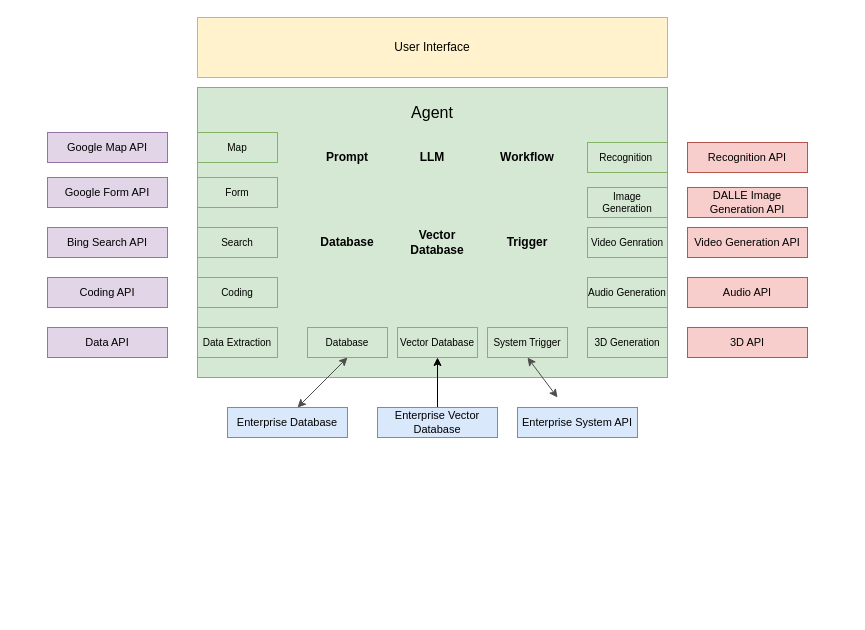
Above: What is AI Agent .drawio in jiaying425/AI-Product-Management- (draw.io), before the change. Source tidied: cells renumbered, new cells numbered last; positions are measured from the earlier drawing's top-left corner, leaving out a move shared by most shapes. Both pictures are drawn from the tidied source at 100%, with x=0, y=0 at pixel (47, 17).
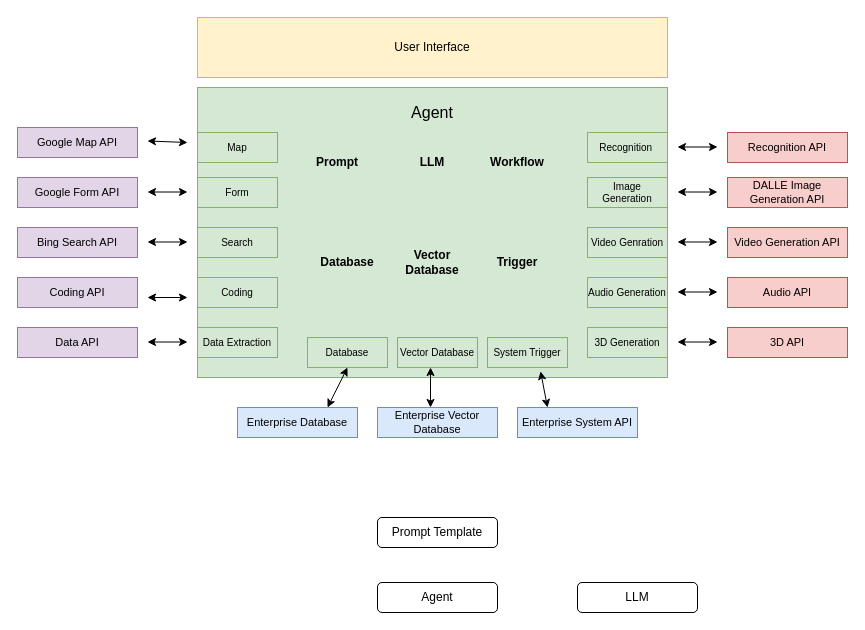
Above is the later version.

Commit message:
What are AI Agents .drawio

Unchanged cells that the change refers to:
```xml
<mxCell id="2" style="rounded=0;whiteSpace=wrap;html=1;fillColor=#d5e8d4;strokeColor=#82b366;fontSize=12;" parent="1" vertex="1">
  <mxGeometry x="150" y="70" width="470" height="290" as="geometry" />
</mxCell>
<mxCell id="35" value="Enterprise Vector Database" style="rounded=0;whiteSpace=wrap;html=1;fontSize=11;fillColor=#dae8fc;strokeColor=#6c8ebf;" parent="1" vertex="1">
  <mxGeometry x="330" y="390" width="120" height="30" as="geometry" />
</mxCell>
<mxCell id="36" value="Enterprise System API" style="rounded=0;whiteSpace=wrap;html=1;fontSize=11;fillColor=#dae8fc;strokeColor=#6c8ebf;" parent="1" vertex="1">
  <mxGeometry x="470" y="390" width="120" height="30" as="geometry" />
</mxCell>
```

The edit, as a diff of the source:
```diff
@@
     <mxCell id="5" value="Prompt" style="text;html=1;align=center;verticalAlign=middle;whiteSpace=wrap;rounded=0;fontSize=12;fontStyle=1;" parent="1" vertex="1">
-      <mxGeometry x="270" y="125" width="60" height="30" as="geometry" />
+      <mxGeometry x="260" y="130" width="60" height="30" as="geometry" />
     </mxCell>
     <mxCell id="6" value="LLM" style="text;html=1;align=center;verticalAlign=middle;whiteSpace=wrap;rounded=0;fontSize=12;fontStyle=1;" parent="1" vertex="1">
-      <mxGeometry x="355" y="125" width="60" height="30" as="geometry" />
+      <mxGeometry x="355" y="130" width="60" height="30" as="geometry" />
     </mxCell>
     <mxCell id="7" value="Workflow" style="text;html=1;align=center;verticalAlign=middle;whiteSpace=wrap;rounded=0;fontSize=12;fontStyle=1;" parent="1" vertex="1">
-      <mxGeometry x="450" y="125" width="60" height="30" as="geometry" />
+      <mxGeometry x="440" y="130" width="60" height="30" as="geometry" />
     </mxCell>
     <mxCell id="8" value="Database" style="text;html=1;align=center;verticalAlign=middle;whiteSpace=wrap;rounded=0;fontSize=12;fontStyle=1;" parent="1" vertex="1">
-      <mxGeometry x="270" y="210" width="60" height="30" as="geometry" />
+      <mxGeometry x="270" y="230" width="60" height="30" as="geometry" />
     </mxCell>
     <mxCell id="9" value="Vector Database" style="text;html=1;align=center;verticalAlign=middle;whiteSpace=wrap;rounded=0;fontSize=12;fontStyle=1;" parent="1" vertex="1">
-      <mxGeometry x="360" y="210" width="60" height="30" as="geometry" />
+      <mxGeometry x="355" y="230" width="60" height="30" as="geometry" />
     </mxCell>
     <mxCell id="10" value="Trigger" style="text;html=1;align=center;verticalAlign=middle;whiteSpace=wrap;rounded=0;fontSize=12;fontStyle=1;" parent="1" vertex="1">
-      <mxGeometry x="450" y="210" width="60" height="30" as="geometry" />
+      <mxGeometry x="440" y="230" width="60" height="30" as="geometry" />
     </mxCell>
     <mxCell id="11" value="Google Map API" style="rounded=0;whiteSpace=wrap;html=1;fontSize=11;fillColor=#e1d5e7;strokeColor=#9673a6;" parent="1" vertex="1">
-      <mxGeometry y="115" width="120" height="30" as="geometry" />
+      <mxGeometry x="-30" y="110" width="120" height="30" as="geometry" />
     </mxCell>
     <mxCell id="12" value="Google Form API" style="rounded=0;whiteSpace=wrap;html=1;fontSize=11;fillColor=#e1d5e7;strokeColor=#9673a6;" parent="1" vertex="1">
-      <mxGeometry y="160" width="120" height="30" as="geometry" />
+      <mxGeometry x="-30" y="160" width="120" height="30" as="geometry" />
     </mxCell>
     <mxCell id="13" value="Bing Search API" style="rounded=0;whiteSpace=wrap;html=1;fontSize=11;fillColor=#e1d5e7;strokeColor=#9673a6;" parent="1" vertex="1">
-      <mxGeometry y="210" width="120" height="30" as="geometry" />
+      <mxGeometry x="-30" y="210" width="120" height="30" as="geometry" />
     </mxCell>
@@
     <mxCell id="18" value="Coding API" style="rounded=0;whiteSpace=wrap;html=1;fontSize=11;fillColor=#e1d5e7;strokeColor=#9673a6;" parent="1" vertex="1">
-      <mxGeometry y="260" width="120" height="30" as="geometry" />
+      <mxGeometry x="-30" y="260" width="120" height="30" as="geometry" />
     </mxCell>
@@
     <mxCell id="20" value="Data API" style="rounded=0;whiteSpace=wrap;html=1;fontSize=11;fillColor=#e1d5e7;strokeColor=#9673a6;" parent="1" vertex="1">
-      <mxGeometry y="310" width="120" height="30" as="geometry" />
+      <mxGeometry x="-30" y="310" width="120" height="30" as="geometry" />
     </mxCell>
     <mxCell id="21" value="Image Generation" style="rounded=0;whiteSpace=wrap;html=1;fontSize=10;fillColor=#d5e8d4;strokeColor=#82b366;" parent="1" vertex="1">
-      <mxGeometry x="540" y="170" width="80" height="30" as="geometry" />
+      <mxGeometry x="540" y="160" width="80" height="30" as="geometry" />
     </mxCell>
     <mxCell id="22" value="&lt;span&gt;&lt;span&gt;Recognition&amp;nbsp;&lt;/span&gt;&lt;/span&gt;" style="rounded=0;whiteSpace=wrap;html=1;fontSize=10;fillColor=#d5e8d4;strokeColor=#82b366;" parent="1" vertex="1">
-      <mxGeometry x="540" y="125" width="80" height="30" as="geometry" />
+      <mxGeometry x="540" y="115" width="80" height="30" as="geometry" />
     </mxCell>
     <mxCell id="23" value="Recognition API" style="rounded=0;whiteSpace=wrap;html=1;fontSize=11;fillColor=#f8cecc;strokeColor=#b85450;" parent="1" vertex="1">
-      <mxGeometry x="640" y="125" width="120" height="30" as="geometry" />
+      <mxGeometry x="680" y="115" width="120" height="30" as="geometry" />
     </mxCell>
     <mxCell id="24" value="DALLE Image Generation API" style="rounded=0;whiteSpace=wrap;html=1;fontSize=11;fillColor=#f8cecc;strokeColor=#b85450;" parent="1" vertex="1">
-      <mxGeometry x="640" y="170" width="120" height="30" as="geometry" />
+      <mxGeometry x="680" y="160" width="120" height="30" as="geometry" />
     </mxCell>
     <mxCell id="25" value="Audio API" style="rounded=0;whiteSpace=wrap;html=1;fontSize=11;fillColor=#f8cecc;strokeColor=#b85450;" parent="1" vertex="1">
-      <mxGeometry x="640" y="260" width="120" height="30" as="geometry" />
+      <mxGeometry x="680" y="260" width="120" height="30" as="geometry" />
     </mxCell>
     <mxCell id="26" value="Video Generation API" style="rounded=0;whiteSpace=wrap;html=1;fontSize=11;fillColor=#f8cecc;strokeColor=#b85450;" parent="1" vertex="1">
-      <mxGeometry x="640" y="210" width="120" height="30" as="geometry" />
+      <mxGeometry x="680" y="210" width="120" height="30" as="geometry" />
     </mxCell>
@@
     <mxCell id="30" value="3D API" style="rounded=0;whiteSpace=wrap;html=1;fontSize=11;fillColor=#f8cecc;strokeColor=#b85450;" parent="1" vertex="1">
-      <mxGeometry x="640" y="310" width="120" height="30" as="geometry" />
+      <mxGeometry x="680" y="310" width="120" height="30" as="geometry" />
     </mxCell>
     <mxCell id="31" value="Database" style="rounded=0;whiteSpace=wrap;html=1;fontSize=10;fillColor=#d5e8d4;strokeColor=#82b366;" parent="1" vertex="1">
-      <mxGeometry x="260" y="310" width="80" height="30" as="geometry" />
+      <mxGeometry x="260" y="320" width="80" height="30" as="geometry" />
     </mxCell>
     <mxCell id="32" value="Vector Database" style="rounded=0;whiteSpace=wrap;html=1;fontSize=10;fillColor=#d5e8d4;strokeColor=#82b366;" parent="1" vertex="1">
-      <mxGeometry x="350" y="310" width="80" height="30" as="geometry" />
+      <mxGeometry x="350" y="320" width="80" height="30" as="geometry" />
     </mxCell>
     <mxCell id="33" value="System Trigger" style="rounded=0;whiteSpace=wrap;html=1;fontSize=10;fillColor=#d5e8d4;strokeColor=#82b366;" parent="1" vertex="1">
-      <mxGeometry x="440" y="310" width="80" height="30" as="geometry" />
+      <mxGeometry x="440" y="320" width="80" height="30" as="geometry" />
     </mxCell>
-    <mxCell id="34" style="edgeStyle=orthogonalEdgeStyle;rounded=0;jettySize=auto;html=1;exitX=0.5;exitY=0;exitDx=0;exitDy=0;entryX=0.5;entryY=1;entryDx=0;entryDy=0;" parent="1" edge="1" source="35" target="32">
-      <mxGeometry relative="1" as="geometry" />
-    </mxCell>
@@
     <mxCell id="37" value="Enterprise Database" style="rounded=0;whiteSpace=wrap;html=1;fontSize=11;fillColor=#dae8fc;strokeColor=#6c8ebf;" parent="1" vertex="1">
-      <mxGeometry x="180" y="390" width="120" height="30" as="geometry" />
+      <mxGeometry x="190" y="390" width="120" height="30" as="geometry" />
     </mxCell>
-    <mxCell id="38" style="endArrow=classic;startArrow=classic;html=1;rounded=0;strokeColor=light-dark(#4D4D4D,#6A6A6A);" parent="1" edge="1">
-      <mxGeometry relative="1" as="geometry">
-        <mxPoint x="250" y="390" as="sourcePoint" />
-        <mxPoint x="300" y="340" as="targetPoint" />
-      </mxGeometry>
-    </mxCell>
-    <mxCell id="39" style="endArrow=classic;startArrow=classic;html=1;rounded=0;strokeColor=light-dark(#4D4D4D,#6A6A6A);" parent="1" edge="1">
-      <mxGeometry relative="1" as="geometry">
-        <mxPoint x="510" y="380" as="sourcePoint" />
-        <mxPoint x="480" y="340" as="targetPoint" />
-      </mxGeometry>
-    </mxCell>
+    <mxCell id="40" style="endArrow=classic;startArrow=classic;html=1;rounded=0;" parent="1" edge="1">
+      <mxGeometry relative="1" as="geometry">
+        <mxPoint x="100" y="224.5" as="sourcePoint" />
+        <mxPoint x="140" y="224.5" as="targetPoint" />
+      </mxGeometry>
+    </mxCell>
+    <mxCell id="41" style="endArrow=classic;startArrow=classic;html=1;rounded=0;" parent="1" edge="1">
+      <mxGeometry relative="1" as="geometry">
+        <mxPoint x="630" y="174.5" as="sourcePoint" />
+        <mxPoint x="670" y="174.5" as="targetPoint" />
+      </mxGeometry>
+    </mxCell>
+    <mxCell id="42" style="edgeStyle=orthogonalEdgeStyle;rounded=0;orthogonalLoop=1;jettySize=auto;html=1;exitX=0.5;exitY=1;exitDx=0;exitDy=0;" parent="1" edge="1" source="26" target="26">
+      <mxGeometry relative="1" as="geometry" />
+    </mxCell>
+    <mxCell id="43" style="endArrow=classic;startArrow=classic;html=1;rounded=0;" parent="1" edge="1">
+      <mxGeometry relative="1" as="geometry">
+        <mxPoint x="630" y="324.5" as="sourcePoint" />
+        <mxPoint x="670" y="324.5" as="targetPoint" />
+      </mxGeometry>
+    </mxCell>
+    <mxCell id="44" style="endArrow=classic;startArrow=classic;html=1;rounded=0;" parent="1" edge="1">
+      <mxGeometry relative="1" as="geometry">
+        <mxPoint x="630" y="224.5" as="sourcePoint" />
+        <mxPoint x="670" y="224.5" as="targetPoint" />
+      </mxGeometry>
+    </mxCell>
+    <mxCell id="45" style="endArrow=classic;startArrow=classic;html=1;rounded=0;" parent="1" edge="1">
+      <mxGeometry relative="1" as="geometry">
+        <mxPoint x="630" y="274.5" as="sourcePoint" />
+        <mxPoint x="670" y="274.5" as="targetPoint" />
+      </mxGeometry>
+    </mxCell>
+    <mxCell id="46" style="endArrow=classic;startArrow=classic;html=1;rounded=0;exitX=0.75;exitY=0;exitDx=0;exitDy=0;entryX=0.5;entryY=1;entryDx=0;entryDy=0;" parent="1" edge="1" source="37" target="31">
+      <mxGeometry relative="1" as="geometry" />
+    </mxCell>
+    <mxCell id="47" style="endArrow=classic;startArrow=classic;html=1;rounded=0;" parent="1" edge="1">
+      <mxGeometry relative="1" as="geometry">
+        <mxPoint x="630" y="129.5" as="sourcePoint" />
+        <mxPoint x="670" y="129.5" as="targetPoint" />
+      </mxGeometry>
+    </mxCell>
+    <mxCell id="48" style="endArrow=classic;startArrow=classic;html=1;rounded=0;" parent="1" edge="1">
+      <mxGeometry relative="1" as="geometry">
+        <mxPoint x="100" y="280" as="sourcePoint" />
+        <mxPoint x="140" y="280" as="targetPoint" />
+      </mxGeometry>
+    </mxCell>
+    <mxCell id="49" style="endArrow=classic;startArrow=classic;html=1;rounded=0;" parent="1" edge="1">
+      <mxGeometry relative="1" as="geometry">
+        <mxPoint x="100" y="123.5" as="sourcePoint" />
+        <mxPoint x="140" y="125" as="targetPoint" />
+      </mxGeometry>
+    </mxCell>
+    <mxCell id="50" style="endArrow=classic;startArrow=classic;html=1;rounded=0;" parent="1" edge="1">
+      <mxGeometry relative="1" as="geometry">
+        <mxPoint x="100" y="174.5" as="sourcePoint" />
+        <mxPoint x="140" y="174.5" as="targetPoint" />
+      </mxGeometry>
+    </mxCell>
+    <mxCell id="51" style="endArrow=classic;startArrow=classic;html=1;rounded=0;" parent="1" edge="1">
+      <mxGeometry relative="1" as="geometry">
+        <mxPoint x="100" y="324.5" as="sourcePoint" />
+        <mxPoint x="140" y="324.5" as="targetPoint" />
+      </mxGeometry>
+    </mxCell>
+    <mxCell id="52" style="endArrow=classic;startArrow=classic;html=1;rounded=0;exitX=0.413;exitY=1;exitDx=0;exitDy=0;exitPerimeter=0;" parent="1" edge="1" source="32">
+      <mxGeometry relative="1" as="geometry">
+        <mxPoint x="383" y="390" as="targetPoint" />
+      </mxGeometry>
+    </mxCell>
+    <mxCell id="53" style="endArrow=classic;startArrow=classic;html=1;rounded=0;entryX=0.25;entryY=0;entryDx=0;entryDy=0;exitX=0.73;exitY=0.979;exitDx=0;exitDy=0;exitPerimeter=0;" parent="1" edge="1" source="2" target="36">
+      <mxGeometry relative="1" as="geometry" />
+    </mxCell>
+    <mxCell id="54" value="Agent" style="rounded=1;whiteSpace=wrap;html=1;" parent="1" vertex="1">
+      <mxGeometry x="330" y="565" width="120" height="30" as="geometry" />
+    </mxCell>
+    <mxCell id="55" value="Prompt Template" style="rounded=1;whiteSpace=wrap;html=1;" parent="1" vertex="1">
+      <mxGeometry x="330" y="500" width="120" height="30" as="geometry" />
+    </mxCell>
+    <mxCell id="56" value="LLM" style="rounded=1;whiteSpace=wrap;html=1;" parent="1" vertex="1">
+      <mxGeometry x="530" y="565" width="120" height="30" as="geometry" />
+    </mxCell>
```
